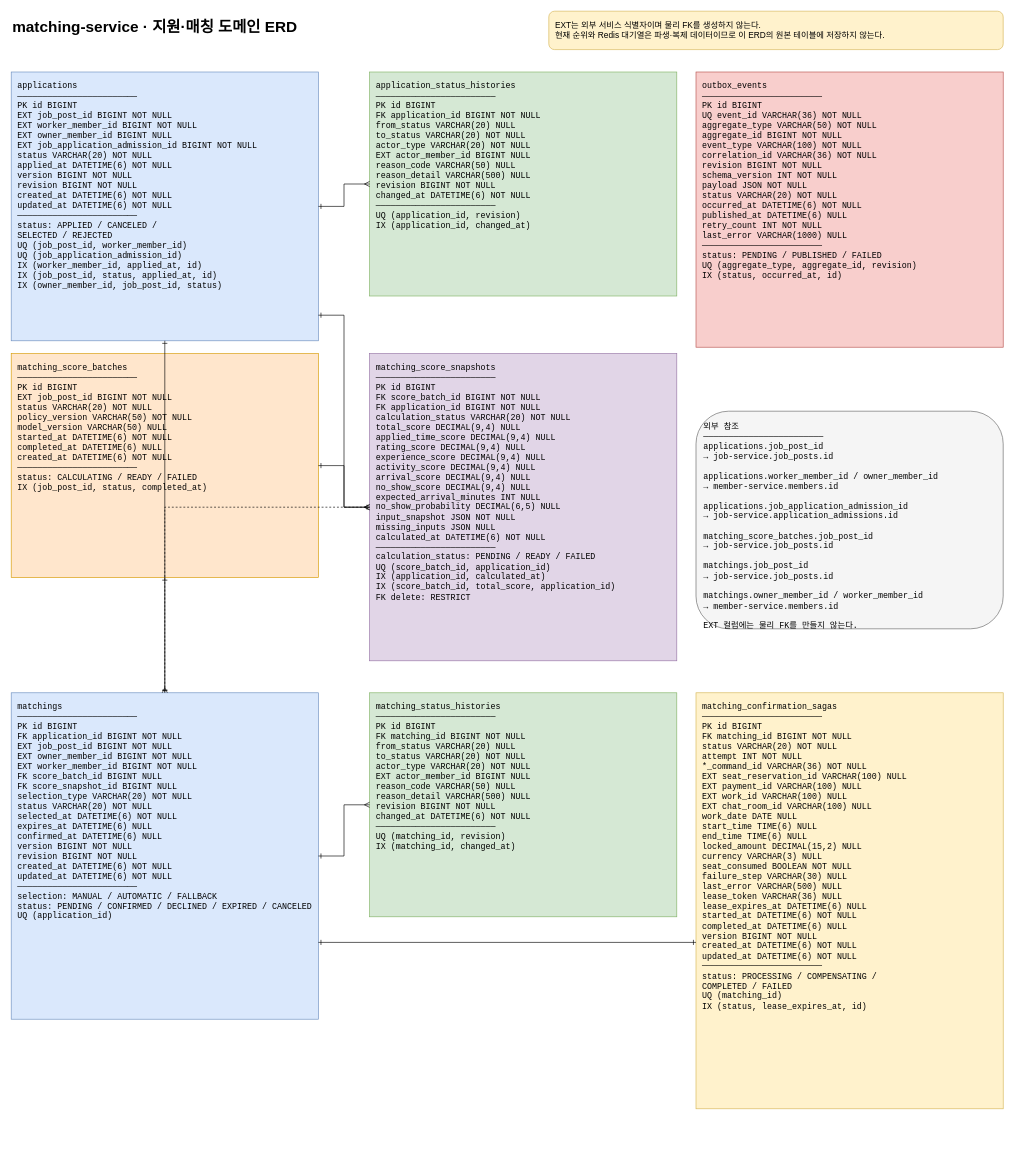
Before: docs/architecture/matching-application-erd.drawio in 404-Worker-Not-Found/BE, a draw.io diagram. Source tidied: cells renumbered, new cells numbered last; positions are measured from the earlier drawing's top-left corner, leaving out a move shared by most shapes. Both pictures are drawn from the tidied source at 64%, with x=0, y=0 at pixel (11, 11).
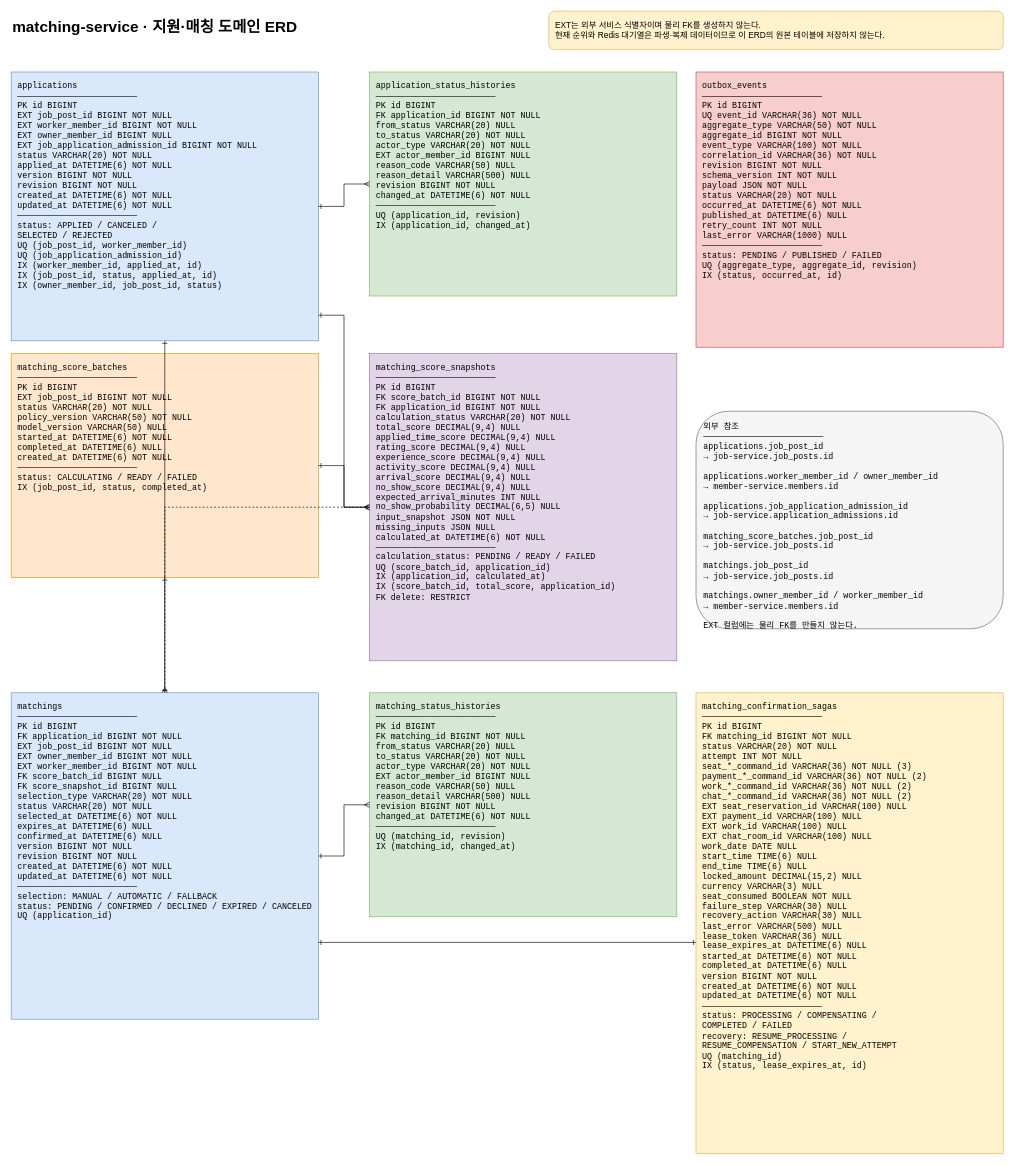
After the change.

What changed in the source:
```diff
@@
-    <mxCell id="12" value="matching_confirmation_sagas&#10;────────────────────────&#10;PK  id BIGINT&#10;FK  matching_id BIGINT NOT NULL&#10;    status VARCHAR(20) NOT NULL&#10;    attempt INT NOT NULL&#10;    *_command_id VARCHAR(36) NOT NULL&#10;EXT seat_reservation_id VARCHAR(100) NULL&#10;EXT payment_id VARCHAR(100) NULL&#10;EXT work_id VARCHAR(100) NULL&#10;EXT chat_room_id VARCHAR(100) NULL&#10;    work_date DATE NULL&#10;    start_time TIME(6) NULL&#10;    end_time TIME(6) NULL&#10;    locked_amount DECIMAL(15,2) NULL&#10;    currency VARCHAR(3) NULL&#10;    seat_consumed BOOLEAN NOT NULL&#10;    failure_step VARCHAR(30) NULL&#10;    last_error VARCHAR(500) NULL&#10;    lease_token VARCHAR(36) NULL&#10;    lease_expires_at DATETIME(6) NULL&#10;    started_at DATETIME(6) NOT NULL&#10;    completed_at DATETIME(6) NULL&#10;    version BIGINT NOT NULL&#10;    created_at DATETIME(6) NOT NULL&#10;    updated_at DATETIME(6) NOT NULL&#10;────────────────────────&#10;status: PROCESSING / COMPENSATING /&#10;COMPLETED / FAILED&#10;UQ (matching_id)&#10;IX (status, lease_expires_at, id)" style="rounded=0;whiteSpace=wrap;html=1;fillColor=#fff2cc;strokeColor=#d6b656;align=left;verticalAlign=top;spacing=10;fontFamily=Courier New;fontSize=13;" parent="1" vertex="1">
-      <mxGeometry x="1070" y="1065" width="480" height="650" as="geometry" />
+    <mxCell id="12" value="matching_confirmation_sagas&#10;────────────────────────&#10;PK  id BIGINT&#10;FK  matching_id BIGINT NOT NULL&#10;    status VARCHAR(20) NOT NULL&#10;    attempt INT NOT NULL&#10;    seat_*_command_id VARCHAR(36) NOT NULL (3)&#10;    payment_*_command_id VARCHAR(36) NOT NULL (2)&#10;    work_*_command_id VARCHAR(36) NOT NULL (2)&#10;    chat_*_command_id VARCHAR(36) NOT NULL (2)&#10;EXT seat_reservation_id VARCHAR(100) NULL&#10;EXT payment_id VARCHAR(100) NULL&#10;EXT work_id VARCHAR(100) NULL&#10;EXT chat_room_id VARCHAR(100) NULL&#10;    work_date DATE NULL&#10;    start_time TIME(6) NULL&#10;    end_time TIME(6) NULL&#10;    locked_amount DECIMAL(15,2) NULL&#10;    currency VARCHAR(3) NULL&#10;    seat_consumed BOOLEAN NOT NULL&#10;    failure_step VARCHAR(30) NULL&#10;    recovery_action VARCHAR(30) NULL&#10;    last_error VARCHAR(500) NULL&#10;    lease_token VARCHAR(36) NULL&#10;    lease_expires_at DATETIME(6) NULL&#10;    started_at DATETIME(6) NOT NULL&#10;    completed_at DATETIME(6) NULL&#10;    version BIGINT NOT NULL&#10;    created_at DATETIME(6) NOT NULL&#10;    updated_at DATETIME(6) NOT NULL&#10;────────────────────────&#10;status: PROCESSING / COMPENSATING /&#10;COMPLETED / FAILED&#10;recovery: RESUME_PROCESSING /&#10;RESUME_COMPENSATION / START_NEW_ATTEMPT&#10;UQ (matching_id)&#10;IX (status, lease_expires_at, id)" style="rounded=0;whiteSpace=wrap;html=1;fillColor=#fff2cc;strokeColor=#d6b656;align=left;verticalAlign=top;spacing=10;fontFamily=Courier New;fontSize=13;" parent="1" vertex="1">
+      <mxGeometry x="1070" y="1065" width="480" height="720" as="geometry" />
     </mxCell>
```
